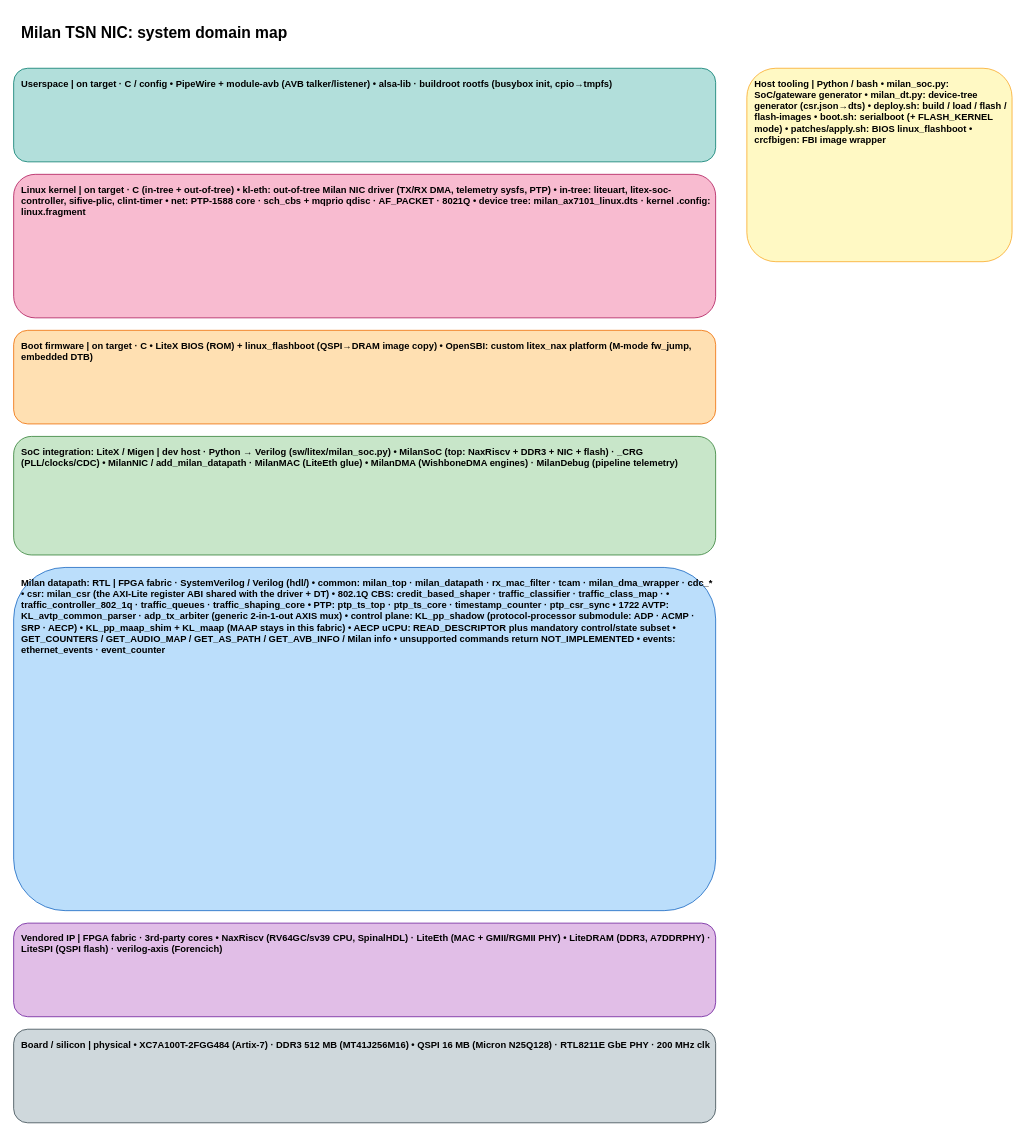
This is docs/SYSTEM_DOMAIN_MAP.drawio from kebag-logic/milan-fpga, a draw.io file, before an edit. Source tidied: cells renumbered, new cells numbered last; positions are measured from the earlier drawing's top-left corner, leaving out a move shared by most shapes. Both pictures are drawn from the tidied source at 78%, with x=0, y=0 at pixel (13, 13).
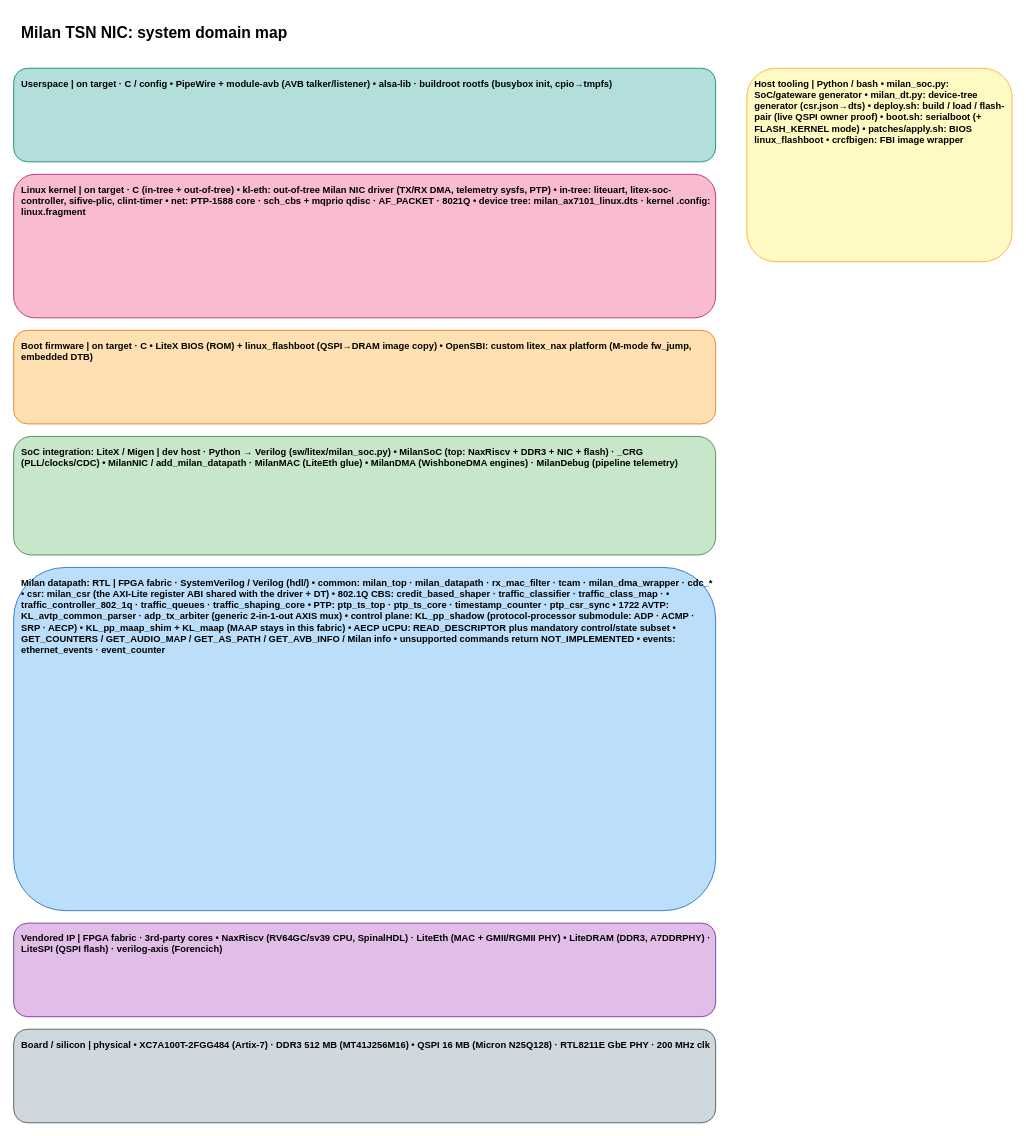
Above is the later version.

The edit, as a diff of the source:
```diff
@@
 <mxGraphModel>
   <root>
     <mxCell id="0" />
     <mxCell id="1" parent="0" />
     <mxCell id="2" value="Milan TSN NIC: system domain map" style="rounded=1;whiteSpace=wrap;html=1;fillColor=none;strokeColor=none;fontSize=20;align=left;verticalAlign=top;spacingLeft=8;spacingTop=6;fontStyle=1;" parent="1" vertex="1">
       <mxGeometry width="700" height="30" as="geometry" />
     </mxCell>
     <mxCell id="3" value="Userspace   |   on target · C / config  • PipeWire + module-avb (AVB talker/listener) • alsa-lib · buildroot rootfs (busybox init, cpio→tmpfs)" style="rounded=1;whiteSpace=wrap;html=1;fillColor=#B2DFDB;strokeColor=#00796B;fontSize=12;align=left;verticalAlign=top;spacingLeft=8;spacingTop=6;fontStyle=1;" parent="1" vertex="1">
       <mxGeometry y="70" width="900" height="120" as="geometry" />
     </mxCell>
     <mxCell id="4" value="Linux kernel   |   on target · C (in-tree + out-of-tree)  • kl-eth: out-of-tree Milan NIC driver (TX/RX DMA, telemetry sysfs, PTP) • in-tree: liteuart, litex-soc-controller, sifive-plic, clint-timer • net: PTP-1588 core · sch_cbs + mqprio qdisc · AF_PACKET · 8021Q • device tree: milan_ax7101_linux.dts  ·  kernel .config: linux.fragment" style="rounded=1;whiteSpace=wrap;html=1;fillColor=#F8BBD0;strokeColor=#AD1457;fontSize=12;align=left;verticalAlign=top;spacingLeft=8;spacingTop=6;fontStyle=1;" parent="1" vertex="1">
       <mxGeometry y="206" width="900" height="184" as="geometry" />
     </mxCell>
     <mxCell id="5" value="Boot firmware   |   on target · C  • LiteX BIOS (ROM) + linux_flashboot (QSPI→DRAM image copy) • OpenSBI: custom litex_nax platform (M-mode fw_jump, embedded DTB)" style="rounded=1;whiteSpace=wrap;html=1;fillColor=#FFE0B2;strokeColor=#EF6C00;fontSize=12;align=left;verticalAlign=top;spacingLeft=8;spacingTop=6;fontStyle=1;" parent="1" vertex="1">
       <mxGeometry y="406" width="900" height="120" as="geometry" />
     </mxCell>
     <mxCell id="6" value="SoC integration: LiteX / Migen   |   dev host · Python → Verilog  (sw/litex/milan_soc.py)  • MilanSoC (top: NaxRiscv + DDR3 + NIC + flash)   ·   _CRG (PLL/clocks/CDC) • MilanNIC / add_milan_datapath   ·   MilanMAC (LiteEth glue) • MilanDMA (WishboneDMA engines)   ·   MilanDebug (pipeline telemetry)" style="rounded=1;whiteSpace=wrap;html=1;fillColor=#C8E6C9;strokeColor=#2E7D32;fontSize=12;align=left;verticalAlign=top;spacingLeft=8;spacingTop=6;fontStyle=1;" parent="1" vertex="1">
       <mxGeometry y="542" width="900" height="152" as="geometry" />
     </mxCell>
     <mxCell id="7" value="Milan datapath: RTL   |   FPGA fabric · SystemVerilog / Verilog  (hdl/)  • common: milan_top · milan_datapath · rx_mac_filter · tcam · milan_dma_wrapper · cdc_* • csr: milan_csr  (the AXI-Lite register ABI shared with the driver + DT) • 802.1Q CBS: credit_based_shaper · traffic_classifier · traffic_class_map · •             traffic_controller_802_1q · traffic_queues · traffic_shaping_core • PTP: ptp_ts_top · ptp_ts_core · timestamp_counter · ptp_csr_sync • 1722 AVTP: KL_avtp_common_parser   ·   adp_tx_arbiter (generic 2-in-1-out AXIS mux) • control plane: KL_pp_shadow (protocol-processor submodule: ADP · ACMP · SRP · AECP) •                KL_pp_maap_shim + KL_maap  (MAAP stays in this fabric) •                AECP uCPU: READ_DESCRIPTOR plus mandatory control/state subset •                GET_COUNTERS / GET_AUDIO_MAP / GET_AS_PATH / GET_AVB_INFO / Milan info •                unsupported commands return NOT_IMPLEMENTED • events: ethernet_events · event_counter" style="rounded=1;whiteSpace=wrap;html=1;fillColor=#BBDEFB;strokeColor=#1565C0;fontSize=12;align=left;verticalAlign=top;spacingLeft=8;spacingTop=6;fontStyle=1;" parent="1" vertex="1">
       <mxGeometry y="710" width="900" height="440" as="geometry" />
     </mxCell>
     <mxCell id="8" value="Vendored IP   |   FPGA fabric · 3rd-party cores  • NaxRiscv (RV64GC/sv39 CPU, SpinalHDL)   ·   LiteEth (MAC + GMII/RGMII PHY) • LiteDRAM (DDR3, A7DDRPHY)   ·   LiteSPI (QSPI flash)   ·   verilog-axis (Forencich)" style="rounded=1;whiteSpace=wrap;html=1;fillColor=#E1BEE7;strokeColor=#6A1B9A;fontSize=12;align=left;verticalAlign=top;spacingLeft=8;spacingTop=6;fontStyle=1;" parent="1" vertex="1">
       <mxGeometry y="1166" width="900" height="120" as="geometry" />
     </mxCell>
     <mxCell id="9" value="Board / silicon   |   physical  • XC7A100T-2FGG484 (Artix-7)  ·  DDR3 512 MB (MT41J256M16) • QSPI 16 MB (Micron N25Q128)  ·  RTL8211E GbE PHY  ·  200 MHz clk" style="rounded=1;whiteSpace=wrap;html=1;fillColor=#CFD8DC;strokeColor=#37474F;fontSize=12;align=left;verticalAlign=top;spacingLeft=8;spacingTop=6;fontStyle=1;" parent="1" vertex="1">
       <mxGeometry y="1302" width="900" height="120" as="geometry" />
     </mxCell>
-    <mxCell id="10" value="Host tooling   |   Python / bash  • milan_soc.py: SoC/gateware generator • milan_dt.py: device-tree generator (csr.json→dts) • deploy.sh: build / load / flash / flash-images • boot.sh: serialboot (+ FLASH_KERNEL mode) • patches/apply.sh: BIOS linux_flashboot • crcfbigen: FBI image wrapper" style="rounded=1;whiteSpace=wrap;html=1;fillColor=#FFF9C4;strokeColor=#F9A825;fontSize=12;align=left;verticalAlign=top;spacingLeft=8;spacingTop=6;fontStyle=1;" parent="1" vertex="1">
+    <mxCell id="10" value="Host tooling   |   Python / bash  • milan_soc.py: SoC/gateware generator • milan_dt.py: device-tree generator (csr.json→dts) • deploy.sh: build / load / flash-pair (live QSPI owner proof) • boot.sh: serialboot (+ FLASH_KERNEL mode) • patches/apply.sh: BIOS linux_flashboot • crcfbigen: FBI image wrapper" style="rounded=1;whiteSpace=wrap;html=1;fillColor=#FFF9C4;strokeColor=#F9A825;fontSize=12;align=left;verticalAlign=top;spacingLeft=8;spacingTop=6;fontStyle=1;" parent="1" vertex="1">
       <mxGeometry x="940" y="70" width="340" height="248" as="geometry" />
     </mxCell>
   </root>
 </mxGraphModel>
```
